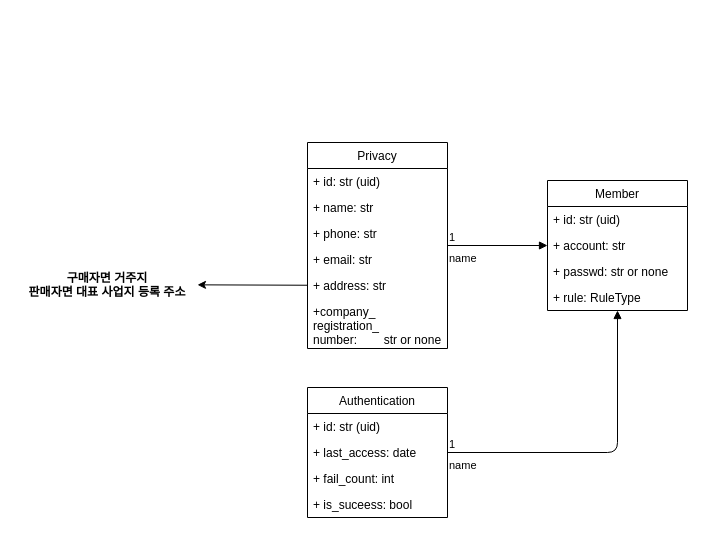
The draw.io diagram docs/domain-member-dto.drawio in CHWI-JI-JIG/Backend, before the edit. Source tidied: cells renumbered, new cells numbered last; positions are measured from the earlier drawing's top-left corner, leaving out a move shared by most shapes. Both pictures are drawn from the tidied source at 100%, with x=0, y=0 at pixel (17, 142).
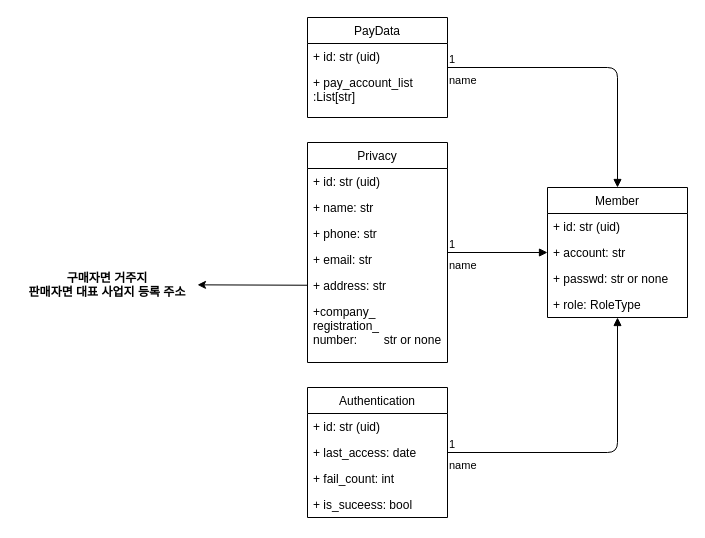
The same page after the edit.

What changed in the source:
```diff
@@
     <mxCell id="2" value="Member" style="swimlane;fontStyle=0;horizontal=1;startSize=26;fillColor=none;" parent="1" vertex="1">
-      <mxGeometry x="530" y="38" width="140" height="130" as="geometry" />
+      <mxGeometry x="530" y="45" width="140" height="130" as="geometry" />
     </mxCell>
@@
-    <mxCell id="6" value="+ rule: RuleType" style="text;strokeColor=none;fillColor=none;align=left;verticalAlign=top;spacingLeft=4;spacingRight=4;overflow=hidden;" parent="2" vertex="1">
+    <mxCell id="6" value="+ role: RoleType" style="text;strokeColor=none;fillColor=none;align=left;verticalAlign=top;spacingLeft=4;spacingRight=4;overflow=hidden;" parent="2" vertex="1">
       <mxGeometry y="104" width="140" height="26" as="geometry" />
     </mxCell>
     <mxCell id="7" value="Privacy" style="swimlane;fontStyle=0;horizontal=1;startSize=26;fillColor=none;" parent="1" vertex="1">
-      <mxGeometry x="290" width="140" height="206" as="geometry" />
+      <mxGeometry x="290" width="140" height="220" as="geometry" />
     </mxCell>
@@
     <mxCell id="13" value="+company_&#10;registration_&#10;number:        str or none" style="text;strokeColor=none;fillColor=none;align=left;verticalAlign=top;spacingLeft=4;spacingRight=4;overflow=hidden;" parent="7" vertex="1">
-      <mxGeometry y="156" width="140" height="50" as="geometry" />
+      <mxGeometry y="156" width="140" height="64" as="geometry" />
     </mxCell>
@@
+    <mxCell id="25" value="PayData" style="swimlane;fontStyle=0;horizontal=1;startSize=26;fillColor=none;" parent="1" vertex="1">
+      <mxGeometry x="290" y="-125" width="140" height="100" as="geometry" />
+    </mxCell>
+    <mxCell id="26" value="+ id: str (uid)" style="text;strokeColor=none;fillColor=none;align=left;verticalAlign=top;spacingLeft=4;spacingRight=4;overflow=hidden;" parent="25" vertex="1">
+      <mxGeometry y="26" width="140" height="26" as="geometry" />
+    </mxCell>
+    <mxCell id="27" value="+ pay_account_list&#10;:List[str] " style="text;strokeColor=none;fillColor=none;align=left;verticalAlign=top;spacingLeft=4;spacingRight=4;overflow=hidden;" parent="25" vertex="1">
+      <mxGeometry y="52" width="140" height="48" as="geometry" />
+    </mxCell>
+    <mxCell id="28" value="name" style="endArrow=block;endFill=1;html=1;edgeStyle=orthogonalEdgeStyle;align=left;verticalAlign=top;" parent="1" edge="1" source="25" target="2">
+      <mxGeometry x="-1" relative="1" as="geometry" />
+    </mxCell>
+    <mxCell id="29" value="1" style="edgeLabel;html=1;align=left;verticalAlign=bottom;" parent="28" vertex="1">
+      <mxGeometry x="-1" relative="1" as="geometry" />
+    </mxCell>
```
